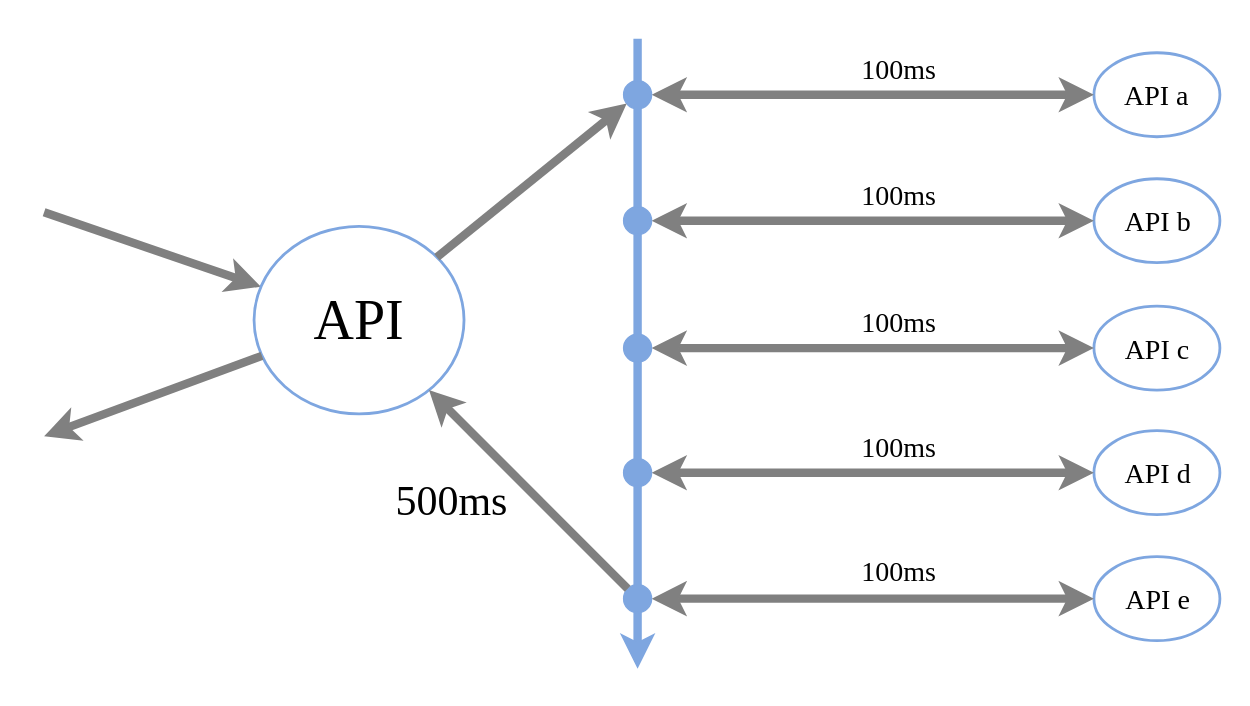
Above: r/img/api-call.blocking.svg in negokaz/reactive-desgin-patterns-with-akka (draw.io), before the change. Source tidied: cells renumbered, new cells last; positions are measured from the earlier drawing's top-left corner, leaving out a move shared by most shapes.
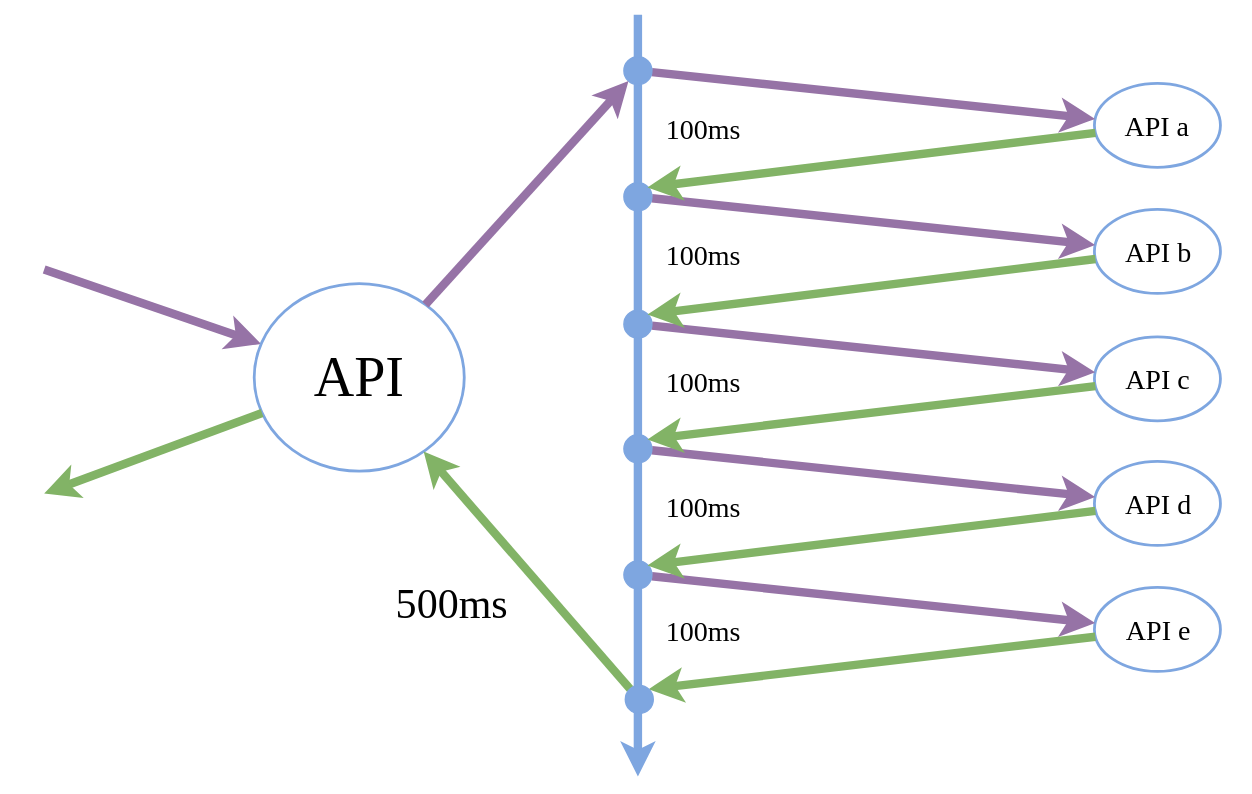
Later version of the same file.

What changed in the source:
```diff
@@ -3,96 +3,114 @@
     <mxCell id="0" />
     <mxCell id="1" parent="0" />
     <mxCell id="2" style="whiteSpace=wrap;html=1;strokeColor=#FFFFFF;fillColor=none;fontFamily=Noto Sans JP;fontSize=20;fontColor=none;" parent="1" vertex="1">
-      <mxGeometry width="890" height="500" as="geometry" />
+      <mxGeometry y="-40" width="890" height="560" as="geometry" />
     </mxCell>
     <mxCell id="3" value="blocking" parent="0" />
     <mxCell id="4" style="endArrow=classic;html=1;strokeColor=#7EA6E0;strokeWidth=6;fillColor=#7EA6E0;fontFamily=Noto Sans JP;fontSize=20;fontColor=none;" parent="3" edge="1">
       <mxGeometry relative="1" as="geometry">
-        <mxPoint x="454" y="26" as="sourcePoint" />
-        <mxPoint x="454" y="476" as="targetPoint" />
+        <mxPoint x="454" y="-32" as="sourcePoint" />
+        <mxPoint x="454" y="512" as="targetPoint" />
       </mxGeometry>
     </mxCell>
-    <mxCell id="5" style="endArrow=classic;html=1;strokeColor=#808080;strokeWidth=6;fillColor=#FF3399;fontFamily=Noto Sans JP;fontSize=20;fontColor=none;" parent="3" edge="1" target="11">
+    <mxCell id="5" style="endArrow=classic;html=1;strokeColor=#9673a6;strokeWidth=6;fillColor=#e1d5e7;fontFamily=Noto Sans JP;fontSize=20;fontColor=none;" parent="3" edge="1" target="11">
       <mxGeometry relative="1" as="geometry">
         <mxPoint x="30" y="150" as="sourcePoint" />
       </mxGeometry>
     </mxCell>
     <mxCell id="6" value="API a" style="ellipse;whiteSpace=wrap;html=1;strokeColor=#7EA6E0;fillColor=none;fontFamily=Noto Sans JP;fontSize=20;fontColor=none;strokeWidth=2;" parent="3" vertex="1">
-      <mxGeometry x="780" y="36" width="90" height="60" as="geometry" />
+      <mxGeometry x="780" y="17" width="90" height="60" as="geometry" />
     </mxCell>
     <mxCell id="7" value="API b" style="ellipse;whiteSpace=wrap;html=1;strokeColor=#7EA6E0;fillColor=none;fontFamily=Noto Sans JP;fontSize=20;fontColor=none;strokeWidth=2;" parent="3" vertex="1">
-      <mxGeometry x="780" y="126" width="90" height="60" as="geometry" />
+      <mxGeometry x="780" y="107" width="90" height="60" as="geometry" />
     </mxCell>
     <mxCell id="8" value="API c" style="ellipse;whiteSpace=wrap;html=1;strokeColor=#7EA6E0;fillColor=none;fontFamily=Noto Sans JP;fontSize=20;fontColor=none;strokeWidth=2;" parent="3" vertex="1">
-      <mxGeometry x="780" y="217" width="90" height="60" as="geometry" />
+      <mxGeometry x="780" y="198" width="90" height="60" as="geometry" />
     </mxCell>
     <mxCell id="9" value="API d" style="ellipse;whiteSpace=wrap;html=1;strokeColor=#7EA6E0;fillColor=none;fontFamily=Noto Sans JP;fontSize=20;fontColor=none;strokeWidth=2;" parent="3" vertex="1">
-      <mxGeometry x="780" y="306" width="90" height="60" as="geometry" />
+      <mxGeometry x="780" y="287" width="90" height="60" as="geometry" />
     </mxCell>
     <mxCell id="10" value="API e" style="ellipse;whiteSpace=wrap;html=1;strokeColor=#7EA6E0;fillColor=none;fontFamily=Noto Sans JP;fontSize=20;fontColor=none;strokeWidth=2;" parent="3" vertex="1">
-      <mxGeometry x="780" y="396" width="90" height="60" as="geometry" />
+      <mxGeometry x="780" y="377" width="90" height="60" as="geometry" />
     </mxCell>
     <mxCell id="11" value="API" style="ellipse;whiteSpace=wrap;html=1;strokeColor=#7EA6E0;fillColor=none;fontFamily=Noto Sans JP;fontSize=40;fontColor=none;strokeWidth=2;" parent="3" vertex="1">
       <mxGeometry x="180" y="160" width="150" height="134" as="geometry" />
     </mxCell>
-    <mxCell id="12" style="endArrow=classic;html=1;strokeColor=#808080;strokeWidth=6;fillColor=#FF3399;fontFamily=Noto Sans JP;fontSize=20;fontColor=none;" parent="3" edge="1" source="11">
+    <mxCell id="12" style="endArrow=classic;html=1;strokeColor=#82b366;strokeWidth=6;fillColor=#d5e8d4;fontFamily=Noto Sans JP;fontSize=20;fontColor=none;" parent="3" edge="1" source="11">
       <mxGeometry x="39.9" y="365" as="geometry">
         <mxPoint x="30" y="310" as="targetPoint" />
       </mxGeometry>
     </mxCell>
-    <mxCell id="13" style="endArrow=classic;html=1;strokeColor=#808080;strokeWidth=6;fillColor=#FF3399;fontFamily=Noto Sans JP;fontSize=20;fontColor=none;startArrow=classic;startFill=1;" parent="3" edge="1" source="14" target="6">
-      <mxGeometry x="60" y="227" as="geometry" />
+    <mxCell id="13" style="endArrow=classic;html=1;strokeColor=#9673a6;strokeWidth=6;fillColor=#e1d5e7;fontFamily=Noto Sans JP;fontSize=20;fontColor=none;startArrow=none;startFill=0;" parent="3" edge="1" source="14" target="6">
+      <mxGeometry x="60" y="169" as="geometry" />
     </mxCell>
     <mxCell id="14" style="ellipse;whiteSpace=wrap;html=1;strokeColor=#7EA6E0;fillColor=#7EA6E0;fontFamily=Noto Sans JP;fontSize=20;fontColor=none;" parent="3" vertex="1">
-      <mxGeometry x="444" y="56" width="20" height="20" as="geometry" />
+      <mxGeometry x="444" y="-2" width="20" height="20" as="geometry" />
     </mxCell>
-    <mxCell id="15" style="endArrow=classic;html=1;strokeColor=#808080;strokeWidth=6;fillColor=#FF3399;fontFamily=Noto Sans JP;fontSize=20;fontColor=none;startArrow=classic;startFill=1;" parent="3" edge="1" source="16" target="7">
-      <mxGeometry x="60" y="317" as="geometry" />
+    <mxCell id="15" style="endArrow=classic;html=1;strokeColor=#9673a6;strokeWidth=6;fillColor=#e1d5e7;fontFamily=Noto Sans JP;fontSize=20;fontColor=none;startArrow=none;startFill=0;" parent="3" edge="1" source="16" target="7">
+      <mxGeometry x="60" y="259" as="geometry" />
     </mxCell>
     <mxCell id="16" style="ellipse;whiteSpace=wrap;html=1;strokeColor=#7EA6E0;fillColor=#7EA6E0;fontFamily=Noto Sans JP;fontSize=20;fontColor=none;" parent="3" vertex="1">
-      <mxGeometry x="444" y="146" width="20" height="20" as="geometry" />
+      <mxGeometry x="444" y="88" width="20" height="20" as="geometry" />
     </mxCell>
-    <mxCell id="17" style="endArrow=classic;html=1;strokeColor=#808080;strokeWidth=6;fillColor=#FF3399;fontFamily=Noto Sans JP;fontSize=20;fontColor=none;startArrow=classic;startFill=1;" parent="3" edge="1" source="18" target="8">
-      <mxGeometry x="60" y="408" as="geometry" />
+    <mxCell id="17" style="endArrow=classic;html=1;strokeColor=#9673a6;strokeWidth=6;fillColor=#e1d5e7;fontFamily=Noto Sans JP;fontSize=20;fontColor=none;startArrow=none;startFill=0;" parent="3" edge="1" source="18" target="8">
+      <mxGeometry x="60" y="350" as="geometry" />
     </mxCell>
     <mxCell id="18" style="ellipse;whiteSpace=wrap;html=1;strokeColor=#7EA6E0;fillColor=#7EA6E0;fontFamily=Noto Sans JP;fontSize=20;fontColor=none;" parent="3" vertex="1">
-      <mxGeometry x="444" y="237" width="20" height="20" as="geometry" />
+      <mxGeometry x="444" y="179" width="20" height="20" as="geometry" />
     </mxCell>
-    <mxCell id="19" style="endArrow=classic;html=1;strokeColor=#808080;strokeWidth=6;fillColor=#FF3399;fontFamily=Noto Sans JP;fontSize=20;fontColor=none;startArrow=classic;startFill=1;" parent="3" edge="1" source="20" target="9">
-      <mxGeometry x="60" y="497" as="geometry" />
+    <mxCell id="19" style="endArrow=classic;html=1;strokeColor=#9673a6;strokeWidth=6;fillColor=#e1d5e7;fontFamily=Noto Sans JP;fontSize=20;fontColor=none;startArrow=none;startFill=0;" parent="3" edge="1" source="20" target="9">
+      <mxGeometry x="60" y="439" as="geometry" />
     </mxCell>
     <mxCell id="20" style="ellipse;whiteSpace=wrap;html=1;strokeColor=#7EA6E0;fillColor=#7EA6E0;fontFamily=Noto Sans JP;fontSize=20;fontColor=none;" parent="3" vertex="1">
-      <mxGeometry x="444" y="326" width="20" height="20" as="geometry" />
+      <mxGeometry x="444" y="268" width="20" height="20" as="geometry" />
     </mxCell>
-    <mxCell id="21" style="endArrow=classic;html=1;strokeColor=#808080;strokeWidth=6;fillColor=#FF3399;fontFamily=Noto Sans JP;fontSize=20;fontColor=none;startArrow=classic;startFill=1;" parent="3" edge="1" source="22" target="10">
-      <mxGeometry x="60" y="587" as="geometry" />
+    <mxCell id="21" style="endArrow=classic;html=1;strokeColor=#9673a6;strokeWidth=6;fillColor=#e1d5e7;fontFamily=Noto Sans JP;fontSize=20;fontColor=none;startArrow=none;startFill=0;" parent="3" edge="1" source="22" target="10">
+      <mxGeometry x="60" y="529" as="geometry" />
     </mxCell>
     <mxCell id="22" style="ellipse;whiteSpace=wrap;html=1;strokeColor=#7EA6E0;fillColor=#7EA6E0;fontFamily=Noto Sans JP;fontSize=20;fontColor=none;" parent="3" vertex="1">
-      <mxGeometry x="444" y="416" width="20" height="20" as="geometry" />
+      <mxGeometry x="444" y="358" width="20" height="20" as="geometry" />
     </mxCell>
-    <mxCell id="23" style="endArrow=classic;html=1;strokeColor=#808080;strokeWidth=6;fillColor=#FF3399;fontFamily=Noto Sans JP;fontSize=20;fontColor=none;" parent="3" edge="1" source="11" target="14">
+    <mxCell id="23" style="endArrow=classic;html=1;strokeColor=#9673a6;strokeWidth=6;fillColor=#e1d5e7;fontFamily=Noto Sans JP;fontSize=20;fontColor=none;" parent="3" edge="1" source="11" target="14">
       <mxGeometry x="50" y="237" as="geometry" />
     </mxCell>
-    <mxCell id="24" style="endArrow=classic;html=1;strokeColor=#808080;strokeWidth=6;fillColor=#FF3399;fontFamily=Noto Sans JP;fontSize=20;fontColor=none;" parent="3" edge="1" source="22" target="11">
+    <mxCell id="24" style="endArrow=classic;html=1;strokeColor=#82b366;strokeWidth=6;fillColor=#d5e8d4;fontFamily=Noto Sans JP;fontSize=20;fontColor=none;" parent="3" edge="1" source="36" target="11">
       <mxGeometry x="60" y="247" as="geometry" />
     </mxCell>
     <mxCell id="25" value="100ms" style="text;html=1;strokeColor=none;fillColor=none;align=center;verticalAlign=middle;whiteSpace=wrap;fontFamily=Noto Sans JP;fontSize=20;fontColor=none;" parent="3" vertex="1">
-      <mxGeometry x="620" y="37" width="40" height="20" as="geometry" />
+      <mxGeometry x="480" y="39" width="40" height="20" as="geometry" />
     </mxCell>
     <mxCell id="26" value="100ms" style="text;html=1;strokeColor=none;fillColor=none;align=center;verticalAlign=middle;whiteSpace=wrap;fontFamily=Noto Sans JP;fontSize=20;fontColor=none;" parent="3" vertex="1">
-      <mxGeometry x="620" y="127" width="40" height="20" as="geometry" />
+      <mxGeometry x="480" y="129" width="40" height="20" as="geometry" />
     </mxCell>
     <mxCell id="27" value="100ms" style="text;html=1;strokeColor=none;fillColor=none;align=center;verticalAlign=middle;whiteSpace=wrap;fontFamily=Noto Sans JP;fontSize=20;fontColor=none;" parent="3" vertex="1">
-      <mxGeometry x="620" y="218" width="40" height="20" as="geometry" />
+      <mxGeometry x="480" y="220" width="40" height="20" as="geometry" />
     </mxCell>
     <mxCell id="28" value="100ms" style="text;html=1;strokeColor=none;fillColor=none;align=center;verticalAlign=middle;whiteSpace=wrap;fontFamily=Noto Sans JP;fontSize=20;fontColor=none;" parent="3" vertex="1">
-      <mxGeometry x="620" y="307" width="40" height="20" as="geometry" />
+      <mxGeometry x="480" y="309" width="40" height="20" as="geometry" />
     </mxCell>
     <mxCell id="29" value="100ms" style="text;html=1;strokeColor=none;fillColor=none;align=center;verticalAlign=middle;whiteSpace=wrap;fontFamily=Noto Sans JP;fontSize=20;fontColor=none;" parent="3" vertex="1">
-      <mxGeometry x="620" y="396" width="40" height="20" as="geometry" />
+      <mxGeometry x="480" y="398" width="40" height="20" as="geometry" />
     </mxCell>
     <mxCell id="30" value="&lt;font style=&quot;font-size: 30px&quot;&gt;500ms&lt;/font&gt;" style="text;html=1;strokeColor=none;fillColor=none;align=center;verticalAlign=middle;whiteSpace=wrap;fontFamily=Noto Sans JP;fontSize=20;fontColor=none;" parent="3" vertex="1">
-      <mxGeometry x="300" y="346" width="40" height="20" as="geometry" />
+      <mxGeometry x="300" y="378" width="40" height="20" as="geometry" />
     </mxCell>
+    <mxCell id="31" style="endArrow=none;html=1;strokeColor=#82b366;strokeWidth=6;fillColor=#d5e8d4;fontFamily=Noto Sans JP;fontSize=20;fontColor=none;startArrow=classic;startFill=1;endFill=0;exitX=1;exitY=0;" parent="3" edge="1" source="16" target="6">
+      <mxGeometry x="70" y="179" as="geometry" />
+    </mxCell>
+    <mxCell id="32" style="endArrow=none;html=1;strokeColor=#82b366;strokeWidth=6;fillColor=#d5e8d4;fontFamily=Noto Sans JP;fontSize=20;fontColor=none;startArrow=classic;startFill=1;endFill=0;exitX=1;exitY=0;" parent="3" edge="1" source="18" target="7">
+      <mxGeometry x="80" y="189" as="geometry" />
+    </mxCell>
+    <mxCell id="33" style="endArrow=none;html=1;strokeColor=#82b366;strokeWidth=6;fillColor=#d5e8d4;fontFamily=Noto Sans JP;fontSize=20;fontColor=none;startArrow=classic;startFill=1;endFill=0;exitX=1;exitY=0;" parent="3" edge="1" source="20" target="8">
+      <mxGeometry x="90" y="199" as="geometry" />
+    </mxCell>
+    <mxCell id="34" style="endArrow=none;html=1;strokeColor=#82b366;strokeWidth=6;fillColor=#d5e8d4;fontFamily=Noto Sans JP;fontSize=20;fontColor=none;startArrow=classic;startFill=1;endFill=0;exitX=1;exitY=0;" parent="3" edge="1" source="22" target="9">
+      <mxGeometry x="100" y="209" as="geometry" />
+    </mxCell>
+    <mxCell id="35" style="endArrow=none;html=1;strokeColor=#82b366;strokeWidth=6;fillColor=#d5e8d4;fontFamily=Noto Sans JP;fontSize=20;fontColor=none;startArrow=classic;startFill=1;endFill=0;exitX=1;exitY=0;" parent="3" edge="1" source="36" target="10">
+      <mxGeometry x="110" y="219" as="geometry" />
+    </mxCell>
+    <mxCell id="36" style="ellipse;whiteSpace=wrap;html=1;strokeColor=#7EA6E0;fillColor=#7EA6E0;fontFamily=Noto Sans JP;fontSize=20;fontColor=none;" parent="3" vertex="1">
+      <mxGeometry x="445" y="447" width="20" height="20" as="geometry" />
+    </mxCell>
   </root>
 </mxGraphModel>
```
